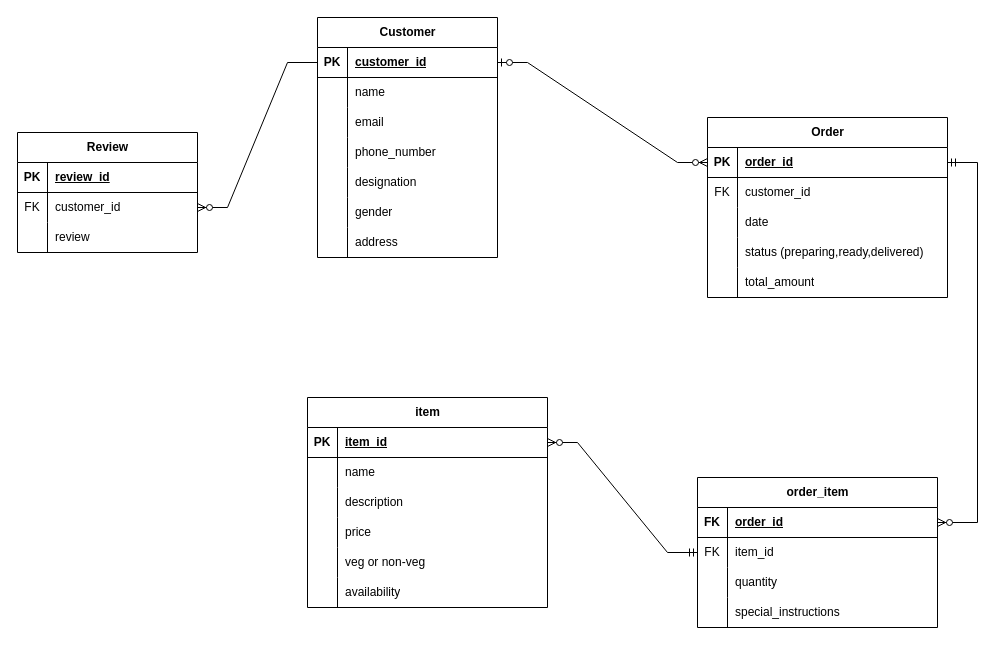
Above: Database/ERD.drawio in tenze21/Food-ordering-web-app (draw.io), before the change. Source tidied: cells renumbered, new cells numbered last; positions are measured from the earlier drawing's top-left corner, leaving out a move shared by most shapes. Both pictures are drawn from the tidied source at 100%, with x=0, y=0 at pixel (17, 17).
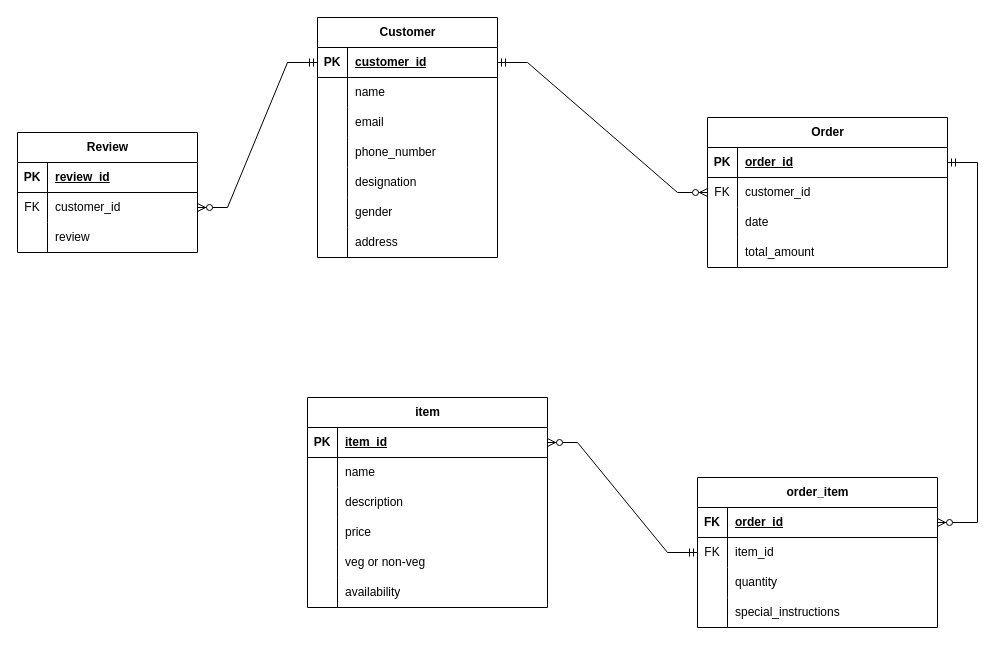
After the change.

Unchanged cells that the change refers to:
```xml
<mxCell id="3" style="shape=tableRow;horizontal=0;startSize=0;swimlaneHead=0;swimlaneBody=0;fillColor=none;points=[[0,0.5],[1,0.5]];portConstraint=eastwest;top=0;left=0;right=0;bottom=1;" parent="2" vertex="1">
  <mxGeometry y="30" width="180" height="30" as="geometry" />
</mxCell>
<mxCell id="25" style="shape=tableRow;horizontal=0;startSize=0;swimlaneHead=0;swimlaneBody=0;fillColor=none;points=[[0,0.5],[1,0.5]];portConstraint=eastwest;top=0;left=0;right=0;bottom=1;" parent="24" vertex="1">
  <mxGeometry y="30" width="240" height="30" as="geometry" />
</mxCell>
<mxCell id="28" style="shape=tableRow;horizontal=0;startSize=0;swimlaneHead=0;swimlaneBody=0;fillColor=none;points=[[0,0.5],[1,0.5]];portConstraint=eastwest;top=0;left=0;right=0;bottom=0;" parent="24" vertex="1">
  <mxGeometry y="60" width="240" height="30" as="geometry" />
</mxCell>
<mxCell id="79" style="shape=tableRow;horizontal=0;startSize=0;swimlaneHead=0;swimlaneBody=0;fillColor=none;points=[[0,0.5],[1,0.5]];portConstraint=eastwest;top=0;left=0;right=0;bottom=0;" parent="75" vertex="1">
  <mxGeometry y="60" width="180" height="30" as="geometry" />
</mxCell>
```

The edit, as a diff of the source:
```diff
@@
     <mxCell id="24" value="Order" style="shape=table;startSize=30;childLayout=tableLayout;rowLines=0;fontStyle=1;align=center;html=1;" parent="1" vertex="1">
-      <mxGeometry x="690" y="100" width="240" height="180" as="geometry" />
+      <mxGeometry x="690" y="100" width="240" height="150" as="geometry" />
     </mxCell>
@@
-    <mxCell id="34" style="shape=tableRow;horizontal=0;startSize=0;swimlaneHead=0;swimlaneBody=0;fillColor=none;top=0;left=0;right=0;bottom=0;" parent="24" vertex="1">
-      <mxGeometry y="120" width="240" height="30" as="geometry" />
-    </mxCell>
-    <mxCell id="35" style="shape=partialRectangle;fillColor=none;top=0;left=0;bottom=0;right=0;overflow=hidden;whiteSpace=wrap;html=1;" parent="34" vertex="1">
-      <mxGeometry width="30" height="30" as="geometry" />
-    </mxCell>
-    <mxCell id="36" value="status (preparing,ready,delivered)" style="shape=partialRectangle;fillColor=none;top=0;left=0;bottom=0;right=0;align=left;spacingLeft=6;overflow=hidden;whiteSpace=wrap;html=1;" parent="34" vertex="1">
-      <mxGeometry x="30" width="210" height="30" as="geometry" />
-    </mxCell>
     <mxCell id="37" style="shape=tableRow;horizontal=0;startSize=0;swimlaneHead=0;swimlaneBody=0;fillColor=none;top=0;left=0;right=0;bottom=0;" parent="24" vertex="1">
-      <mxGeometry y="150" width="240" height="30" as="geometry" />
+      <mxGeometry y="120" width="240" height="30" as="geometry" />
     </mxCell>
@@
-    <mxCell id="74" style="edgeStyle=entityRelationEdgeStyle;fontSize=12;html=1;endArrow=ERzeroToMany;startArrow=ERzeroToOne;rounded=0;exitX=1;exitY=0.5;exitDx=0;exitDy=0;entryX=0;entryY=0.5;entryDx=0;entryDy=0;" parent="1" edge="1" source="3" target="25">
-      <mxGeometry relative="1" as="geometry" />
-    </mxCell>
@@
-    <mxCell id="85" style="edgeStyle=entityRelationEdgeStyle;fontSize=12;html=1;endArrow=ERzeroToMany;endFill=1;rounded=0;exitX=0;exitY=0.5;exitDx=0;exitDy=0;entryX=1;entryY=0.5;entryDx=0;entryDy=0;" parent="1" edge="1" source="3" target="79">
+    <mxCell id="85" style="edgeStyle=entityRelationEdgeStyle;fontSize=12;html=1;endArrow=ERzeroToMany;startArrow=ERmandOne;rounded=0;exitX=0;exitY=0.5;exitDx=0;exitDy=0;entryX=1;entryY=0.5;entryDx=0;entryDy=0;" parent="1" edge="1" source="3" target="79">
       <mxGeometry relative="1" as="geometry" />
     </mxCell>
+    <mxCell id="86" style="edgeStyle=entityRelationEdgeStyle;fontSize=12;html=1;endArrow=ERzeroToMany;startArrow=ERmandOne;rounded=0;exitX=1;exitY=0.5;exitDx=0;exitDy=0;entryX=0;entryY=0.5;entryDx=0;entryDy=0;" parent="1" edge="1" source="3" target="28">
+      <mxGeometry relative="1" as="geometry" />
+    </mxCell>
```
